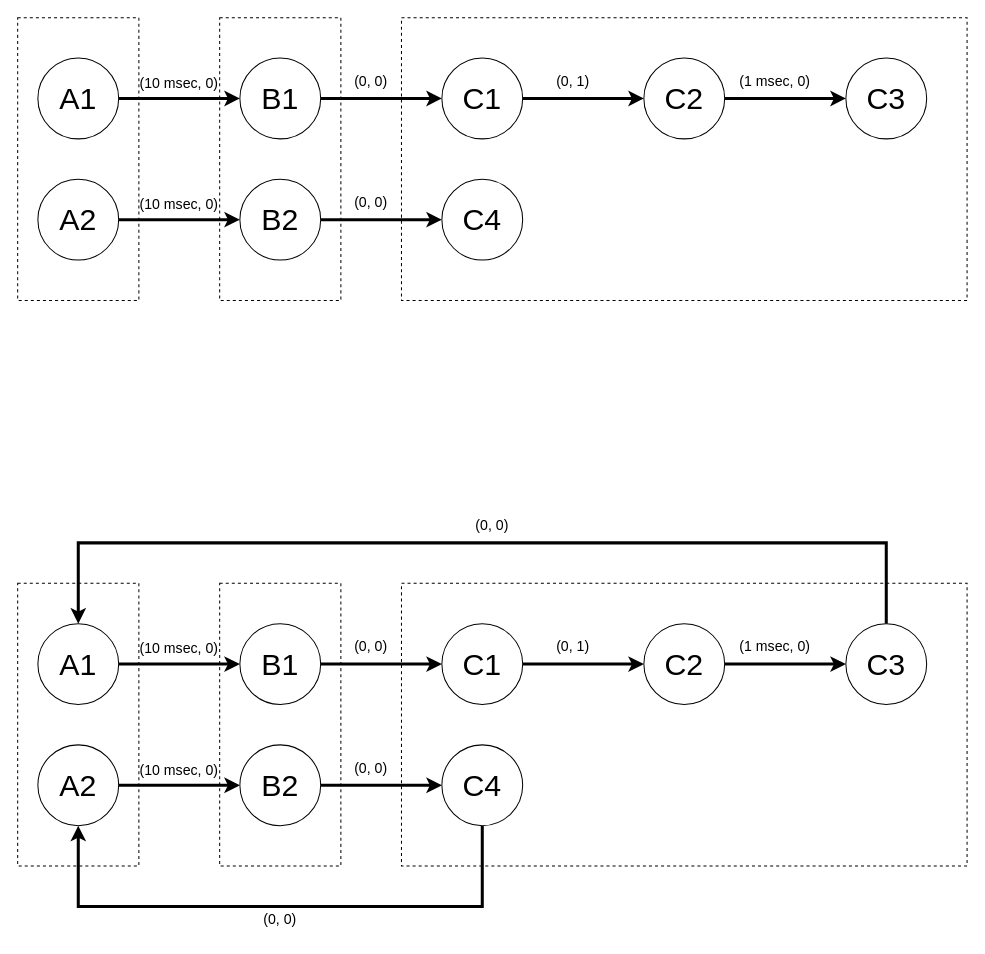
Earlier version of the draw.io diagram slides/topology_graph_ex1.drawio (lsk567/lf-verifier-playground). Source tidied: cells renumbered, new cells numbered last; positions are measured from the earlier drawing's top-left corner, leaving out a move shared by most shapes. Both pictures are drawn from the tidied source at 101%, with x=0, y=0 at pixel (17, 17).
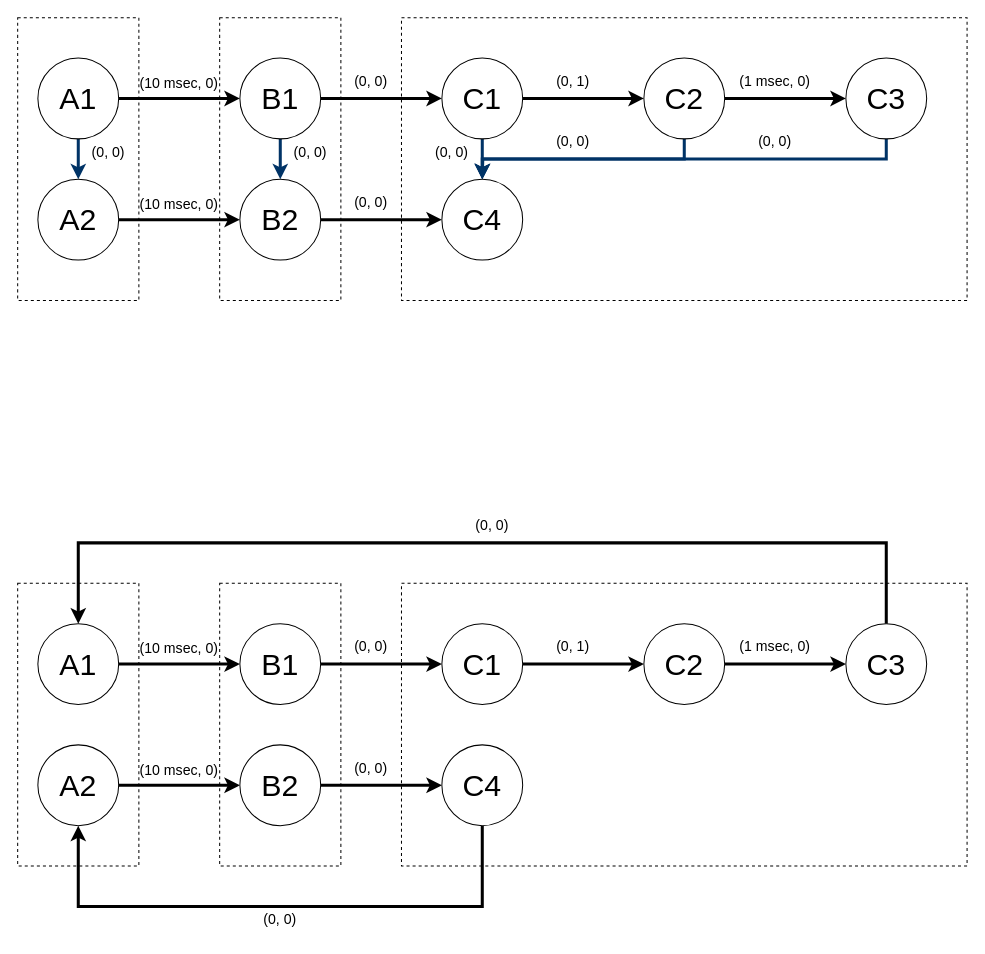
Above is the later version.

Unchanged cells that the change refers to:
```xml
<mxCell id="4" value="&lt;font style=&quot;font-size: 30px&quot;&gt;A1&lt;/font&gt;" style="ellipse;whiteSpace=wrap;html=1;" parent="1" vertex="1">
  <mxGeometry x="20" y="40" width="80" height="80" as="geometry" />
</mxCell>
<mxCell id="6" value="&lt;font style=&quot;font-size: 30px&quot;&gt;A2&lt;/font&gt;" style="ellipse;whiteSpace=wrap;html=1;" parent="1" vertex="1">
  <mxGeometry x="20" y="160" width="80" height="80" as="geometry" />
</mxCell>
<mxCell id="8" value="&lt;font style=&quot;font-size: 30px&quot;&gt;B1&lt;/font&gt;" style="ellipse;whiteSpace=wrap;html=1;" parent="1" vertex="1">
  <mxGeometry x="220" y="40" width="80" height="80" as="geometry" />
</mxCell>
<mxCell id="10" value="&lt;font style=&quot;font-size: 30px&quot;&gt;B2&lt;/font&gt;" style="ellipse;whiteSpace=wrap;html=1;" parent="1" vertex="1">
  <mxGeometry x="220" y="160" width="80" height="80" as="geometry" />
</mxCell>
<mxCell id="12" value="&lt;font style=&quot;font-size: 30px&quot;&gt;C1&lt;/font&gt;" style="ellipse;whiteSpace=wrap;html=1;" parent="1" vertex="1">
  <mxGeometry x="420" y="40" width="80" height="80" as="geometry" />
</mxCell>
<mxCell id="14" value="&lt;font style=&quot;font-size: 30px&quot;&gt;C2&lt;/font&gt;" style="ellipse;whiteSpace=wrap;html=1;" parent="1" vertex="1">
  <mxGeometry x="620" y="40" width="80" height="80" as="geometry" />
</mxCell>
<mxCell id="15" value="&lt;font style=&quot;font-size: 30px&quot;&gt;C3&lt;/font&gt;" style="ellipse;whiteSpace=wrap;html=1;" parent="1" vertex="1">
  <mxGeometry x="820" y="40" width="80" height="80" as="geometry" />
</mxCell>
<mxCell id="16" value="&lt;font style=&quot;font-size: 30px&quot;&gt;C4&lt;/font&gt;" style="ellipse;whiteSpace=wrap;html=1;" parent="1" vertex="1">
  <mxGeometry x="420" y="160" width="80" height="80" as="geometry" />
</mxCell>
```

Change to the diagram source:
```diff
@@
+    <mxCell id="18" style="rounded=0;whiteSpace=wrap;html=1;dashed=1;fillColor=none;" parent="1" vertex="1">
+      <mxGeometry x="380" width="560" height="280" as="geometry" />
+    </mxCell>
+    <mxCell id="17" style="rounded=0;whiteSpace=wrap;html=1;dashed=1;fillColor=none;" parent="1" vertex="1">
+      <mxGeometry x="200" width="120" height="280" as="geometry" />
+    </mxCell>
@@
+    <mxCell id="52" style="edgeStyle=orthogonalEdgeStyle;rounded=0;jettySize=auto;html=1;exitX=0.5;exitY=1;exitDx=0;exitDy=0;strokeColor=#003366;strokeWidth=3;" parent="1" edge="1" source="4" target="6">
+      <mxGeometry relative="1" as="geometry" />
+    </mxCell>
@@
+    <mxCell id="53" style="edgeStyle=orthogonalEdgeStyle;rounded=0;jettySize=auto;html=1;exitX=0.5;exitY=1;exitDx=0;exitDy=0;entryX=0.5;entryY=0;entryDx=0;entryDy=0;strokeColor=#003366;strokeWidth=3;" parent="1" edge="1" source="8" target="10">
+      <mxGeometry relative="1" as="geometry" />
+    </mxCell>
@@
+    <mxCell id="54" style="edgeStyle=orthogonalEdgeStyle;rounded=0;jettySize=auto;html=1;exitX=0.5;exitY=1;exitDx=0;exitDy=0;entryX=0.5;entryY=0;entryDx=0;entryDy=0;strokeColor=#003366;strokeWidth=3;" parent="1" edge="1" source="12" target="16">
+      <mxGeometry relative="1" as="geometry" />
+    </mxCell>
@@
+    <mxCell id="55" style="edgeStyle=orthogonalEdgeStyle;rounded=0;jettySize=auto;html=1;exitX=0.5;exitY=1;exitDx=0;exitDy=0;entryX=0.5;entryY=0;entryDx=0;entryDy=0;strokeColor=#003366;strokeWidth=3;" parent="1" edge="1" source="14" target="16">
+      <mxGeometry relative="1" as="geometry" />
+    </mxCell>
@@
+    <mxCell id="56" style="edgeStyle=orthogonalEdgeStyle;rounded=0;jettySize=auto;html=1;exitX=0.5;exitY=1;exitDx=0;exitDy=0;strokeColor=#003366;strokeWidth=3;" parent="1" edge="1" source="15">
+      <mxGeometry relative="1" as="geometry">
+        <mxPoint x="460" y="160" as="targetPoint" />
+      </mxGeometry>
+    </mxCell>
@@
-    <mxCell id="17" style="rounded=0;whiteSpace=wrap;html=1;dashed=1;fillColor=none;" parent="1" vertex="1">
-      <mxGeometry x="200" width="120" height="280" as="geometry" />
-    </mxCell>
-    <mxCell id="18" style="rounded=0;whiteSpace=wrap;html=1;dashed=1;fillColor=none;" parent="1" vertex="1">
-      <mxGeometry x="380" width="560" height="280" as="geometry" />
-    </mxCell>
@@
+    <mxCell id="57" value="&lt;font style=&quot;font-size: 14px&quot;&gt;(0, 0)&lt;/font&gt;" style="text;html=1;strokeColor=none;fillColor=none;align=center;verticalAlign=middle;whiteSpace=wrap;rounded=0;dashed=1;fontSize=24;" parent="1" vertex="1">
+      <mxGeometry x="60" y="110" width="60" height="40" as="geometry" />
+    </mxCell>
+    <mxCell id="58" value="&lt;font style=&quot;font-size: 14px&quot;&gt;(0, 0)&lt;/font&gt;" style="text;html=1;strokeColor=none;fillColor=none;align=center;verticalAlign=middle;whiteSpace=wrap;rounded=0;dashed=1;fontSize=24;" parent="1" vertex="1">
+      <mxGeometry x="520" y="100" width="60" height="40" as="geometry" />
+    </mxCell>
+    <mxCell id="59" value="&lt;font style=&quot;font-size: 14px&quot;&gt;(0, 0)&lt;/font&gt;" style="text;html=1;strokeColor=none;fillColor=none;align=center;verticalAlign=middle;whiteSpace=wrap;rounded=0;dashed=1;fontSize=24;" parent="1" vertex="1">
+      <mxGeometry x="720" y="100" width="60" height="40" as="geometry" />
+    </mxCell>
+    <mxCell id="60" value="&lt;font style=&quot;font-size: 14px&quot;&gt;(0, 0)&lt;/font&gt;" style="text;html=1;strokeColor=none;fillColor=none;align=center;verticalAlign=middle;whiteSpace=wrap;rounded=0;dashed=1;fontSize=24;" parent="1" vertex="1">
+      <mxGeometry x="400" y="110" width="60" height="40" as="geometry" />
+    </mxCell>
+    <mxCell id="61" value="&lt;font style=&quot;font-size: 14px&quot;&gt;(0, 0)&lt;/font&gt;" style="text;html=1;strokeColor=none;fillColor=none;align=center;verticalAlign=middle;whiteSpace=wrap;rounded=0;dashed=1;fontSize=24;" parent="1" vertex="1">
+      <mxGeometry x="260" y="110" width="60" height="40" as="geometry" />
+    </mxCell>
```
